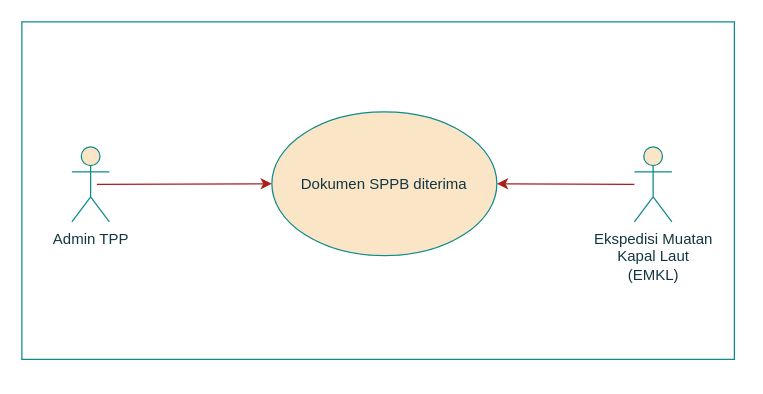
Before: page "keluar" (2 of 2) of usecase bab 3 pa tata.drawio in cuangshulhan/Flowchart, a draw.io diagram. Source tidied: cells renumbered, new cells numbered last; positions are measured from the earlier drawing's top-left corner, leaving out a move shared by most shapes. Both pictures are drawn from the tidied source at 125%, with x=0, y=0 at pixel (21, 21).
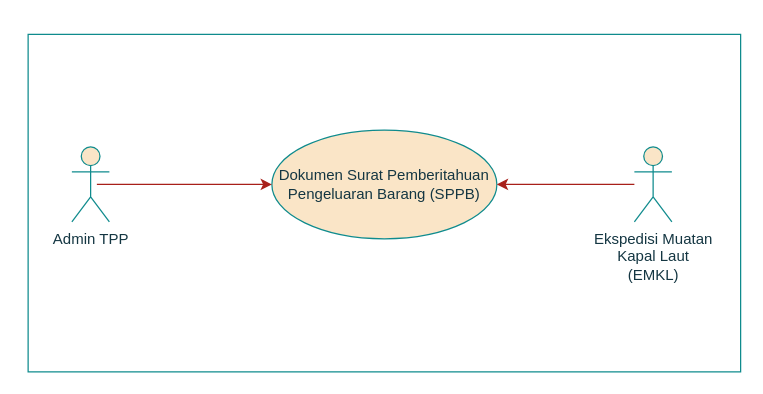
Above is the later version.

What changed in the source:
```diff
@@
 <mxGraphModel>
   <root>
     <mxCell id="0" />
     <mxCell id="1" parent="0" />
     <mxCell id="2" value="Admin TPP" style="shape=umlActor;verticalLabelPosition=bottom;verticalAlign=top;html=1;fillColor=#FAE5C7;strokeColor=#0F8B8D;fontColor=#143642;" parent="1" vertex="1">
       <mxGeometry x="40" y="100" width="30" height="60" as="geometry" />
     </mxCell>
     <mxCell id="3" value="&lt;div&gt;Ekspedisi Muatan &lt;br&gt;&lt;/div&gt;&lt;div&gt;Kapal Laut &lt;br&gt;&lt;/div&gt;&lt;div&gt;(EMKL)&lt;/div&gt;" style="shape=umlActor;verticalLabelPosition=bottom;verticalAlign=top;html=1;fillColor=#FAE5C7;strokeColor=#0F8B8D;fontColor=#143642;" parent="1" vertex="1">
       <mxGeometry x="490" y="100" width="30" height="60" as="geometry" />
     </mxCell>
-    <mxCell id="4" value="Dokumen SPPB diterima" style="ellipse;whiteSpace=wrap;html=1;fillColor=#FAE5C7;strokeColor=#0F8B8D;fontColor=#143642;" parent="1" vertex="1">
-      <mxGeometry x="200" y="72" width="180" height="115" as="geometry" />
+    <mxCell id="4" value="Dokumen Surat Pemberitahuan Pengeluaran Barang (SPPB) " style="ellipse;whiteSpace=wrap;html=1;fillColor=#FAE5C7;strokeColor=#0F8B8D;fontColor=#143642;" parent="1" vertex="1">
+      <mxGeometry x="200" y="86.5" width="180" height="87" as="geometry" />
     </mxCell>
     <mxCell id="5" style="endArrow=classic;html=1;entryX=0;entryY=0.5;entryDx=0;entryDy=0;strokeColor=#A8201A;fontColor=#143642;labelBackgroundColor=#DAD2D8;" parent="1" edge="1" target="4">
       <mxGeometry relative="1" as="geometry">
         <mxPoint x="60" y="130" as="sourcePoint" />
       </mxGeometry>
     </mxCell>
     <mxCell id="6" style="endArrow=classic;html=1;entryX=1;entryY=0.5;entryDx=0;entryDy=0;strokeColor=#A8201A;fontColor=#143642;labelBackgroundColor=#DAD2D8;" parent="1" edge="1" source="3" target="4">
       <mxGeometry relative="1" as="geometry" />
     </mxCell>
     <mxCell id="7" style="rounded=0;whiteSpace=wrap;html=1;sketch=0;strokeColor=#0F8B8D;fillColor=none;fontColor=#143642;" parent="1" vertex="1">
-      <mxGeometry width="570" height="270" as="geometry" />
+      <mxGeometry x="5" y="10" width="570" height="270" as="geometry" />
     </mxCell>
   </root>
 </mxGraphModel>
```
